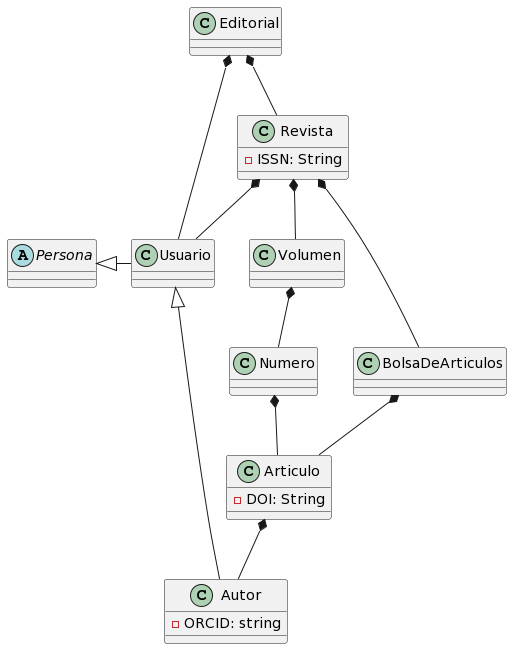
Before: 000-entregas/Grupo4/modeloDelDominio/modeloDelDominio.png, a diagram exported from PlantUML (mmasias/IdSw1-22-23).
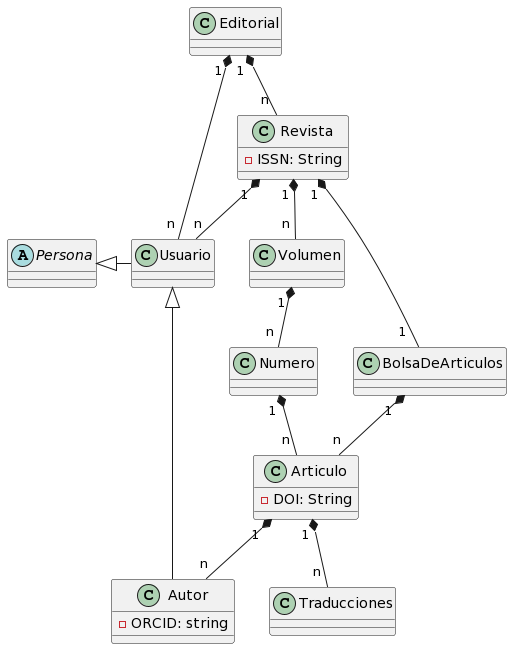
The same diagram one commit later.

Commit message:
Acctualización: Modelo del dominio y Diagrama de Estados

Change to the diagram source:
```diff
@@ -20,14 +20,15 @@
 
 
 Usuario -l-|> Persona
-Revista *-- BolsaDeArticulos
-BolsaDeArticulos *-- Articulo
-Editorial  *--   Revista
-Revista  *--  Volumen
-Volumen  *--  Numero
-Numero  *--  Articulo
-Articulo  *--  Autor
-Revista *--  Usuario
+Revista "1 " *-- "1  " BolsaDeArticulos
+BolsaDeArticulos "1 " *-- "n " Articulo
+Editorial "1 " *-- "n "  Revista
+Revista "1 " *-- "n " Volumen
+Volumen "1 " *-- "n " Numero
+Numero "1 " *-- "n " Articulo
+Articulo "1 " *-- "n " Autor
+Revista "1 " *-- "n" Usuario
+Articulo "1 " *-- "n " Traducciones
 
-Editorial  *--  Usuario
+Editorial "1 " *-- "n " Usuario
 @enduml
```
